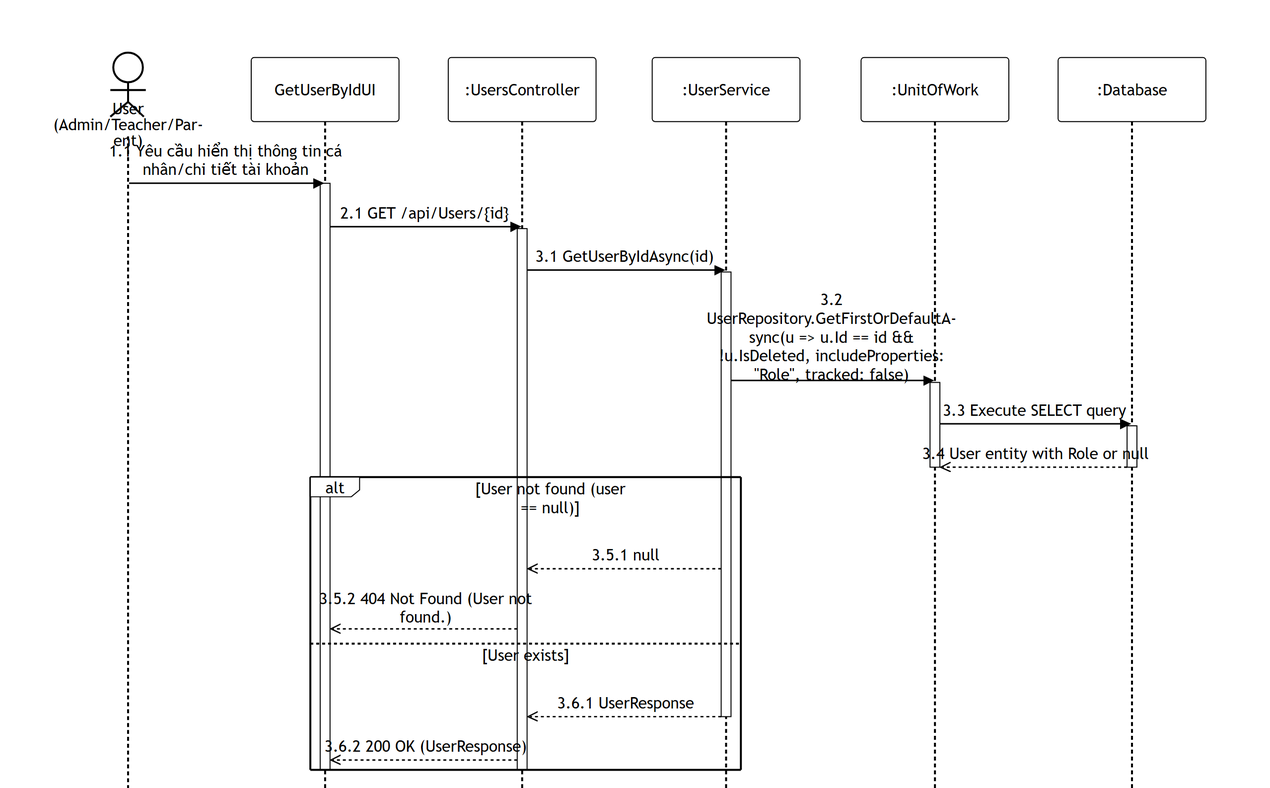
PhucAnDev/docx-diagram keeps this Mermaid diagram as 02-user-role-management/images/apis/get-user-by-id.png. Above is the earlier version. Its source is kept beside it as 02-user-role-management/sequence-diagram/apis/get-user-by-id.mmd.
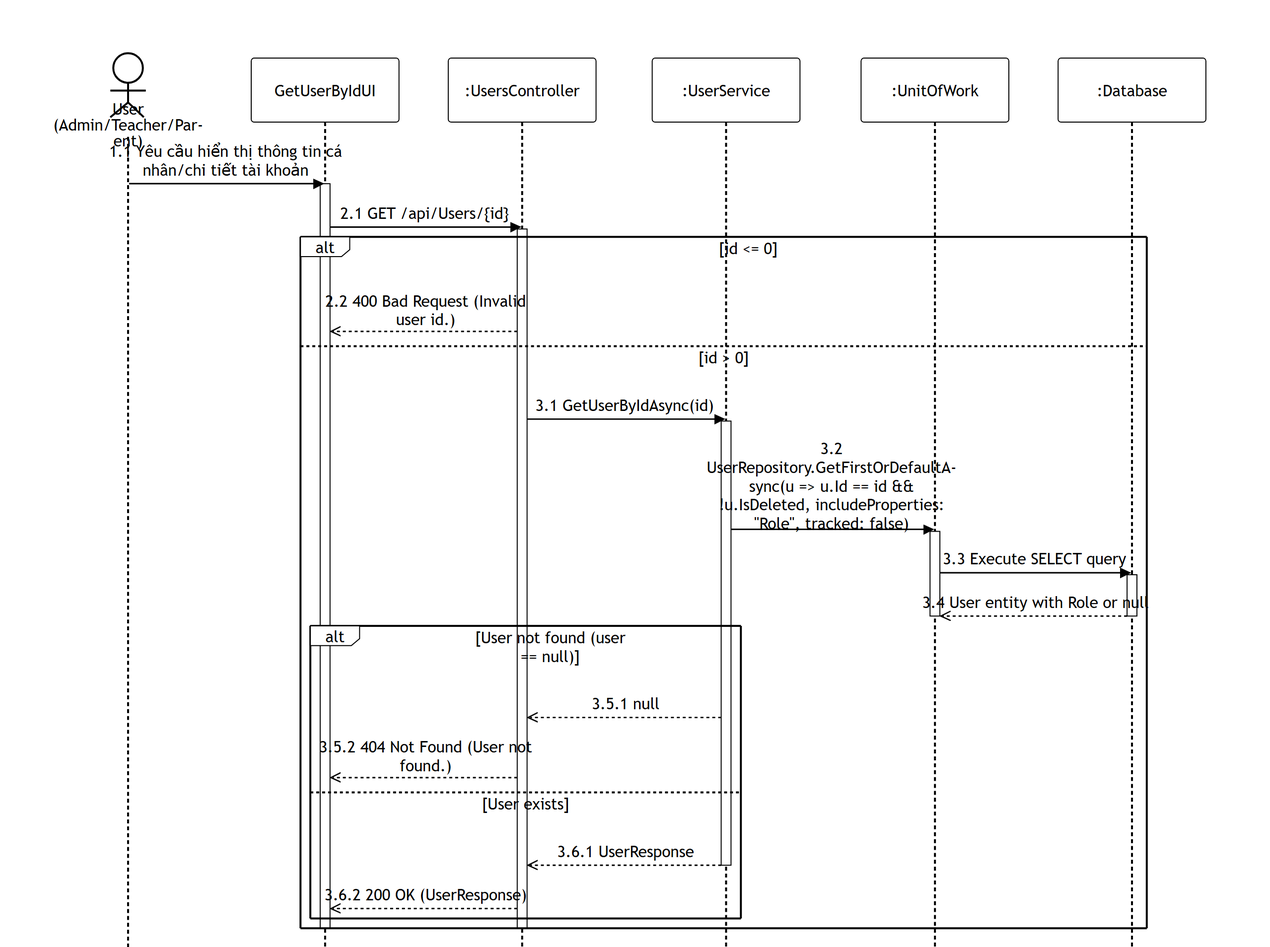
Later version of the same file.

What changed in the source:
```diff
@@ -13,24 +13,28 @@
     UI->>Endpoint: 2.1 GET /api/Users/{id}
     activate Endpoint
 
-    Endpoint->>Service: 3.1 GetUserByIdAsync(id)
-    activate Service
+    alt id <= 0
+        Endpoint-->>UI: 2.2 400 Bad Request (Invalid user id.)
+    else id > 0
+        Endpoint->>Service: 3.1 GetUserByIdAsync(id)
+        activate Service
 
-    Service->>DB: 3.2 UserRepository.GetFirstOrDefaultAsync(u => u.Id == id && !u.IsDeleted, includeProperties: "Role", tracked: false)
-    activate DB
-    DB->>Database: 3.3 Execute SELECT query
-    activate Database
-    Database-->>DB: 3.4 User entity with Role or null
-    deactivate Database
-    deactivate DB
+        Service->>DB: 3.2 UserRepository.GetFirstOrDefaultAsync(u => u.Id == id && !u.IsDeleted, includeProperties: "Role", tracked: false)
+        activate DB
+        DB->>Database: 3.3 Execute SELECT query
+        activate Database
+        Database-->>DB: 3.4 User entity with Role or null
+        deactivate Database
+        deactivate DB
 
-    alt User not found (user == null)
-        Service-->>Endpoint: 3.5.1 null
-        Endpoint-->>UI: 3.5.2 404 Not Found (User not found.)
-    else User exists
-        Service-->>Endpoint: 3.6.1 UserResponse
-        deactivate Service
-        Endpoint-->>UI: 3.6.2 200 OK (UserResponse)
+        alt User not found (user == null)
+            Service-->>Endpoint: 3.5.1 null
+            Endpoint-->>UI: 3.5.2 404 Not Found (User not found.)
+        else User exists
+            Service-->>Endpoint: 3.6.1 UserResponse
+            deactivate Service
+            Endpoint-->>UI: 3.6.2 200 OK (UserResponse)
+        end
     end
     deactivate Endpoint
     deactivate UI
```
